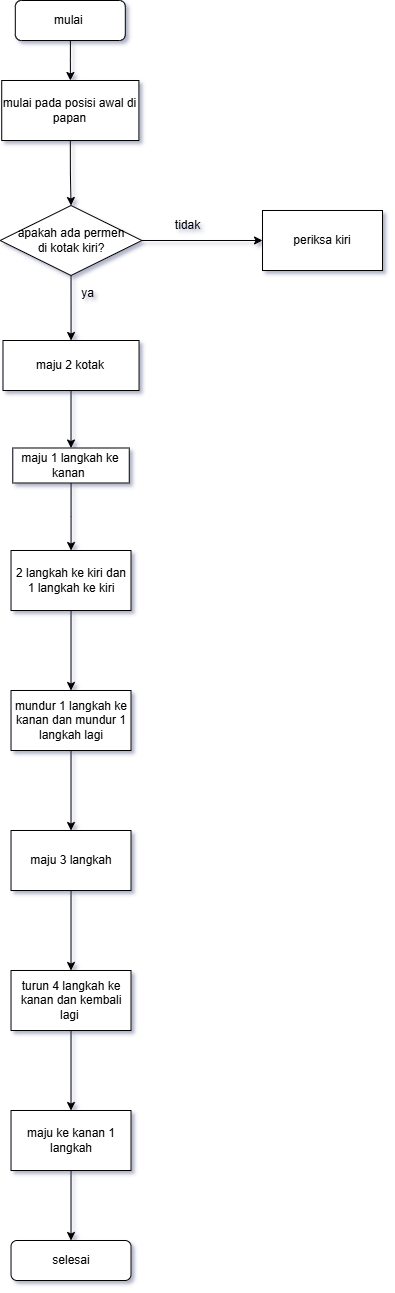
This is Diagram Tanpa Judul.drawio.png from jiasumimasen/kasir, a draw.io export, as it was before one commit. Source tidied: cells renumbered, new cells last; positions are measured from the earlier drawing's top-left corner, leaving out a move shared by most shapes.
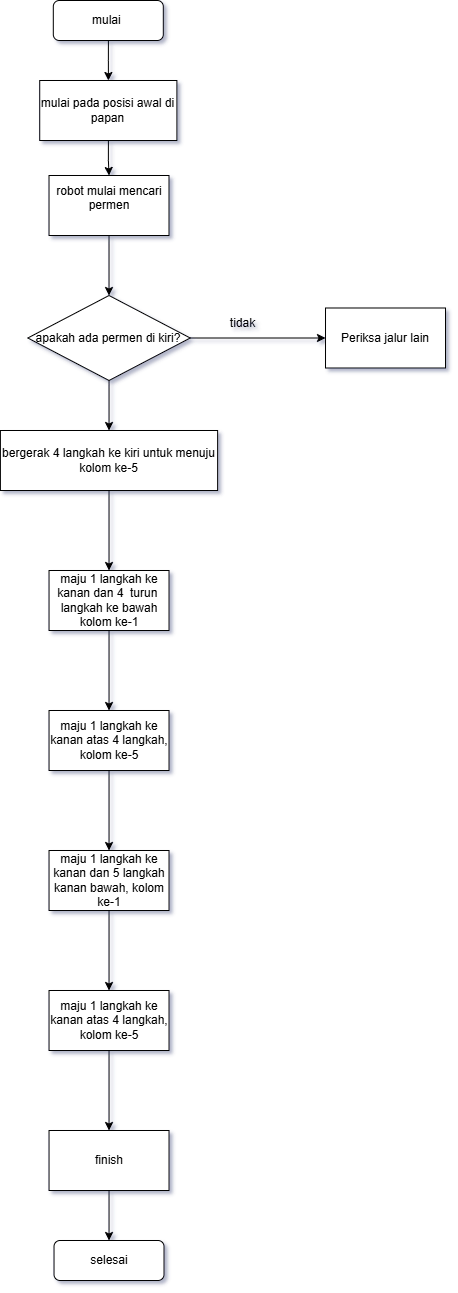
After the change.

What changed in the source:
```diff
@@ -8,74 +8,71 @@
     <mxCell id="3" value="mulai&amp;nbsp;" style="rounded=1;whiteSpace=wrap;html=1;labelBackgroundColor=none;" parent="1" vertex="1">
       <mxGeometry x="14.8" width="110" height="40" as="geometry" />
     </mxCell>
+    <mxCell id="27" style="edgeStyle=orthogonalEdgeStyle;rounded=0;jettySize=auto;html=1;" parent="1" edge="1" source="4" target="29">
+      <mxGeometry relative="1" as="geometry" />
+    </mxCell>
     <mxCell id="4" value="mulai pada posisi awal di papan " style="rounded=0;whiteSpace=wrap;html=1;labelBackgroundColor=none;" parent="1" vertex="1">
       <mxGeometry x="1.2" y="80" width="137.2" height="60" as="geometry" />
     </mxCell>
     <mxCell id="5" style="edgeStyle=orthogonalEdgeStyle;rounded=0;jettySize=auto;html=1;exitX=0.5;exitY=1;exitDx=0;exitDy=0;" parent="1" edge="1" source="11" target="7">
       <mxGeometry relative="1" as="geometry" />
     </mxCell>
-    <mxCell id="6" style="edgeStyle=orthogonalEdgeStyle;rounded=0;jettySize=auto;html=1;" parent="1" edge="1" source="7" target="15">
-      <mxGeometry relative="1" as="geometry" />
-    </mxCell>
+    <mxCell id="28" style="edgeStyle=orthogonalEdgeStyle;rounded=0;jettySize=auto;html=1;" parent="1" edge="1" source="7" target="31">
+      <mxGeometry relative="1" as="geometry" />
+    </mxCell>
-    <mxCell id="7" value="maju 2 kotak" style="whiteSpace=wrap;html=1;rounded=0;labelBackgroundColor=none;" parent="1" vertex="1">
-      <mxGeometry x="2.5" y="340" width="136.1" height="50" as="geometry" />
+    <mxCell id="7" value="&lt;div&gt;bergerak 4 langkah ke kiri untuk menuju kolom ke-5&lt;/div&gt;" style="whiteSpace=wrap;html=1;rounded=0;labelBackgroundColor=none;" parent="1" vertex="1">
+      <mxGeometry x="-38.1" y="430" width="217.2" height="60" as="geometry" />
     </mxCell>
-    <mxCell id="8" value="periksa kiri" style="whiteSpace=wrap;html=1;rounded=0;labelBackgroundColor=none;" parent="1" vertex="1">
-      <mxGeometry x="262" y="210" width="120" height="60" as="geometry" />
+    <mxCell id="8" value="Periksa jalur lain" style="whiteSpace=wrap;html=1;rounded=0;labelBackgroundColor=none;" parent="1" vertex="1">
+      <mxGeometry x="287" y="307.5" width="120" height="60" as="geometry" />
     </mxCell>
+    <mxCell id="12" value="tidak" style="text;html=1;align=center;verticalAlign=middle;strokeColor=none;fillColor=none;" parent="1" vertex="1">
+      <mxGeometry x="179.1" y="307.5" width="50" height="30" as="geometry" />
+    </mxCell>
-    <mxCell id="9" style="edgeStyle=orthogonalEdgeStyle;rounded=0;jettySize=auto;html=1;exitX=0.5;exitY=1;exitDx=0;exitDy=0;" parent="1" edge="1" source="4" target="11">
+    <mxCell id="9" style="edgeStyle=orthogonalEdgeStyle;rounded=0;jettySize=auto;html=1;" parent="1" edge="1" source="29" target="11">
       <mxGeometry relative="1" as="geometry" />
     </mxCell>
+    <mxCell id="29" value="robot mulai mencari permen&lt;br&gt;&lt;div&gt;&lt;br&gt;&lt;/div&gt;" style="whiteSpace=wrap;html=1;rounded=0;labelBackgroundColor=none;" parent="1" vertex="1">
+      <mxGeometry x="10.5" y="175" width="120" height="60" as="geometry" />
+    </mxCell>
     <mxCell id="10" style="edgeStyle=orthogonalEdgeStyle;rounded=0;jettySize=auto;html=1;entryX=0;entryY=0.5;entryDx=0;entryDy=0;" parent="1" edge="1" source="11" target="8">
       <mxGeometry relative="1" as="geometry" />
     </mxCell>
-    <mxCell id="11" value="&lt;div&gt;&lt;br&gt;&lt;/div&gt;apakah ada permen&lt;div&gt;di kotak kiri?&lt;br&gt;&lt;div&gt;&lt;div&gt;&lt;br&gt;&lt;/div&gt;&lt;/div&gt;&lt;/div&gt;" style="rhombus;whiteSpace=wrap;html=1;rounded=0;labelBackgroundColor=none;" parent="1" vertex="1">
-      <mxGeometry x="-0.3" y="205" width="141.7" height="70" as="geometry" />
+    <mxCell id="11" value="&lt;div&gt;&lt;br&gt;&lt;/div&gt;apakah ada permen di kiri?&lt;div&gt;&lt;div&gt;&lt;br&gt;&lt;/div&gt;&lt;/div&gt;" style="rhombus;whiteSpace=wrap;html=1;rounded=0;labelBackgroundColor=none;" parent="1" vertex="1">
+      <mxGeometry x="-10.7" y="295" width="162.4" height="85" as="geometry" />
     </mxCell>
-    <mxCell id="12" value="tidak" style="text;html=1;align=center;verticalAlign=middle;strokeColor=none;fillColor=none;" parent="1" vertex="1">
-      <mxGeometry x="162" y="210" width="50" height="30" as="geometry" />
-    </mxCell>
-    <mxCell id="13" value="ya" style="text;html=1;align=center;verticalAlign=middle;strokeColor=none;fillColor=none;" parent="1" vertex="1">
-      <mxGeometry x="67" y="278" width="40" height="30" as="geometry" />
-    </mxCell>
-    <mxCell id="14" style="edgeStyle=orthogonalEdgeStyle;rounded=0;jettySize=auto;html=1;" parent="1" edge="1" source="15" target="17">
-      <mxGeometry relative="1" as="geometry" />
-    </mxCell>
-    <mxCell id="15" value="maju 1 langkah ke kanan&amp;nbsp;" style="whiteSpace=wrap;html=1;rounded=0;labelBackgroundColor=none;" parent="1" vertex="1">
-      <mxGeometry x="12.3" y="447.5" width="116.5" height="35" as="geometry" />
-    </mxCell>
-    <mxCell id="16" style="edgeStyle=orthogonalEdgeStyle;rounded=0;jettySize=auto;html=1;" parent="1" edge="1" source="17" target="19">
-      <mxGeometry relative="1" as="geometry" />
-    </mxCell>
-    <mxCell id="17" value="2 langkah ke kiri dan 1 langkah ke kiri" style="whiteSpace=wrap;html=1;rounded=0;labelBackgroundColor=none;" parent="1" vertex="1">
-      <mxGeometry x="10.5" y="550" width="120" height="60" as="geometry" />
-    </mxCell>
-    <mxCell id="18" style="edgeStyle=orthogonalEdgeStyle;rounded=0;jettySize=auto;html=1;" parent="1" edge="1" source="19" target="21">
-      <mxGeometry relative="1" as="geometry" />
-    </mxCell>
-    <mxCell id="19" value="mundur 1 langkah ke kanan dan mundur 1 langkah lagi" style="whiteSpace=wrap;html=1;rounded=0;labelBackgroundColor=none;" parent="1" vertex="1">
-      <mxGeometry x="10.5" y="690" width="120" height="60" as="geometry" />
-    </mxCell>
-    <mxCell id="20" style="edgeStyle=orthogonalEdgeStyle;rounded=0;jettySize=auto;html=1;" parent="1" edge="1" source="21" target="23">
-      <mxGeometry relative="1" as="geometry" />
-    </mxCell>
-    <mxCell id="21" value="maju 3 langkah" style="whiteSpace=wrap;html=1;rounded=0;labelBackgroundColor=none;" parent="1" vertex="1">
-      <mxGeometry x="10.5" y="830" width="120" height="60" as="geometry" />
-    </mxCell>
-    <mxCell id="22" style="edgeStyle=orthogonalEdgeStyle;rounded=0;jettySize=auto;html=1;" parent="1" edge="1" source="23" target="25">
-      <mxGeometry relative="1" as="geometry" />
-    </mxCell>
-    <mxCell id="23" value="turun 4 langkah ke kanan dan kembali lagi&amp;nbsp;" style="whiteSpace=wrap;html=1;rounded=0;labelBackgroundColor=none;" parent="1" vertex="1">
-      <mxGeometry x="10.5" y="970" width="120" height="60" as="geometry" />
-    </mxCell>
-    <mxCell id="24" style="edgeStyle=orthogonalEdgeStyle;rounded=0;jettySize=auto;html=1;entryX=0.5;entryY=0;entryDx=0;entryDy=0;" parent="1" edge="1" source="25" target="26">
-      <mxGeometry relative="1" as="geometry" />
-    </mxCell>
-    <mxCell id="25" value="maju ke kanan 1 langkah" style="whiteSpace=wrap;html=1;rounded=0;labelBackgroundColor=none;" parent="1" vertex="1">
-      <mxGeometry x="10.5" y="1110" width="120" height="60" as="geometry" />
-    </mxCell>
+    <mxCell id="30" style="edgeStyle=orthogonalEdgeStyle;rounded=0;jettySize=auto;html=1;" parent="1" edge="1" source="31" target="33">
+      <mxGeometry relative="1" as="geometry" />
+    </mxCell>
+    <mxCell id="31" value="maju 1 langkah ke kanan dan 4&amp;nbsp; turun&amp;nbsp; langkah ke bawah kolom ke-1" style="whiteSpace=wrap;html=1;rounded=0;labelBackgroundColor=none;" parent="1" vertex="1">
+      <mxGeometry x="10.5" y="570" width="120" height="60" as="geometry" />
+    </mxCell>
+    <mxCell id="32" style="edgeStyle=orthogonalEdgeStyle;rounded=0;jettySize=auto;html=1;" parent="1" edge="1" source="33" target="35">
+      <mxGeometry relative="1" as="geometry" />
+    </mxCell>
+    <mxCell id="33" value="maju 1 langkah ke kanan atas 4 langkah, kolom ke-5" style="whiteSpace=wrap;html=1;rounded=0;labelBackgroundColor=none;" parent="1" vertex="1">
+      <mxGeometry x="10.5" y="710" width="120" height="60" as="geometry" />
+    </mxCell>
+    <mxCell id="34" style="edgeStyle=orthogonalEdgeStyle;rounded=0;jettySize=auto;html=1;" parent="1" edge="1" source="35" target="37">
+      <mxGeometry relative="1" as="geometry" />
+    </mxCell>
+    <mxCell id="35" value="maju 1 langkah ke kanan dan 5 langkah kanan bawah, kolom ke-1" style="whiteSpace=wrap;html=1;rounded=0;labelBackgroundColor=none;" parent="1" vertex="1">
+      <mxGeometry x="10.5" y="850" width="120" height="60" as="geometry" />
+    </mxCell>
+    <mxCell id="36" style="edgeStyle=orthogonalEdgeStyle;rounded=0;jettySize=auto;html=1;" parent="1" edge="1" source="37" target="39">
+      <mxGeometry relative="1" as="geometry" />
+    </mxCell>
+    <mxCell id="37" value="maju 1 langkah ke kanan atas 4 langkah, kolom ke-5" style="whiteSpace=wrap;html=1;rounded=0;labelBackgroundColor=none;" parent="1" vertex="1">
+      <mxGeometry x="10.5" y="990" width="120" height="60" as="geometry" />
+    </mxCell>
+    <mxCell id="38" style="edgeStyle=orthogonalEdgeStyle;rounded=0;jettySize=auto;html=1;" parent="1" edge="1" source="39" target="26">
+      <mxGeometry relative="1" as="geometry" />
+    </mxCell>
+    <mxCell id="39" value="finish" style="whiteSpace=wrap;html=1;rounded=0;labelBackgroundColor=none;" parent="1" vertex="1">
+      <mxGeometry x="10.5" y="1130" width="120" height="60" as="geometry" />
+    </mxCell>
-    <mxCell id="26" value="selesai" style="rounded=1;whiteSpace=wrap;html=1;" parent="1" vertex="1">
-      <mxGeometry x="10.5" y="1240" width="120" height="40" as="geometry" />
+    <mxCell id="26" value="selesai" style="rounded=1;whiteSpace=wrap;html=1;labelBackgroundColor=none;" parent="1" vertex="1">
+      <mxGeometry x="15.5" y="1240" width="110" height="40" as="geometry" />
     </mxCell>
   </root>
 </mxGraphModel>
```
